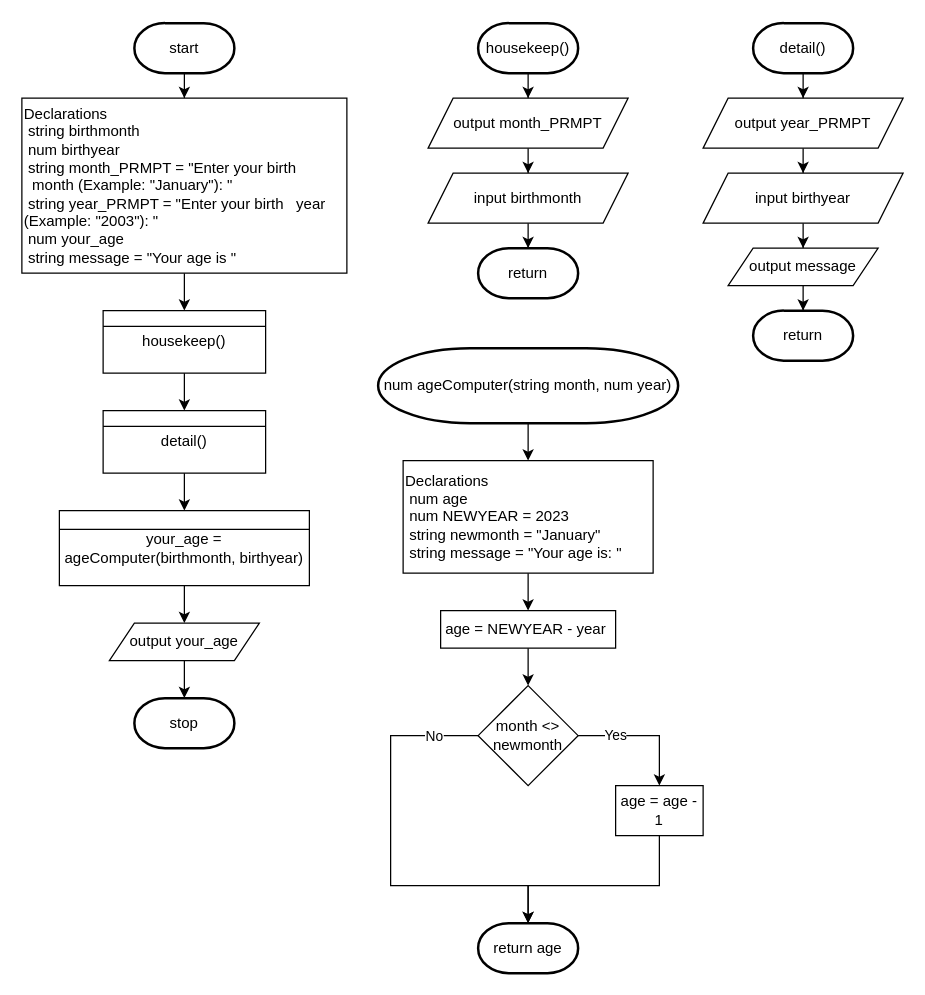
The draw.io diagram test2.drawio in saydough/waterbased, before the edit. Source tidied: cells renumbered, new cells numbered last; positions are measured from the earlier drawing's top-left corner, leaving out a move shared by most shapes. Both pictures are drawn from the tidied source at 125%, with x=0, y=0 at pixel (21, 22).
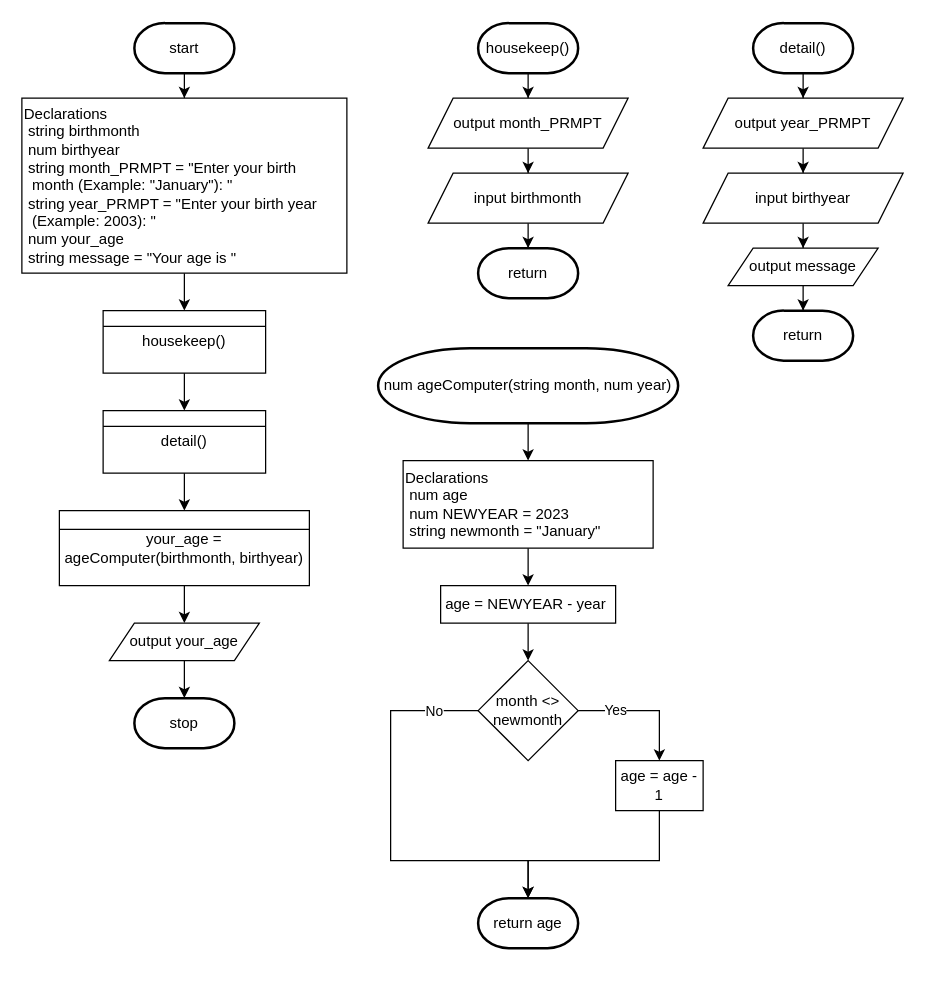
The same page after the edit.

What changed in the source:
```diff
@@
-    <mxCell id="5" value="Declarations&lt;br&gt;&lt;span style=&quot;white-space: pre;&quot;&gt; &lt;/span&gt;string birthmonth&lt;br&gt;&lt;span style=&quot;white-space: pre;&quot;&gt; &lt;/span&gt;num birthyear&lt;br&gt;&lt;span style=&quot;white-space: pre;&quot;&gt; &lt;/span&gt;string month_PRMPT = &quot;Enter your birth &lt;span style=&quot;white-space: pre;&quot;&gt; &lt;/span&gt;&lt;span style=&quot;white-space: pre;&quot;&gt; &lt;/span&gt;month (Example: &quot;January&quot;): &quot;&lt;br&gt;&lt;span style=&quot;white-space: pre;&quot;&gt; &lt;/span&gt;string year_PRMPT = &quot;Enter your birth &lt;span style=&quot;white-space: pre;&quot;&gt; &lt;/span&gt;&lt;span style=&quot;white-space: pre;&quot;&gt; &lt;/span&gt;year (Example: &quot;2003&quot;): &quot;&lt;br&gt;&lt;span style=&quot;white-space: pre;&quot;&gt; &lt;/span&gt;num your_age&lt;br&gt;&lt;span style=&quot;white-space: pre;&quot;&gt; &lt;/span&gt;string message = &quot;Your age is &quot;" style="rounded=0;whiteSpace=wrap;html=1;align=left;" parent="1" vertex="1">
+    <mxCell id="5" value="Declarations&lt;br&gt;&lt;span style=&quot;white-space: pre;&quot;&gt; &lt;/span&gt;string birthmonth&lt;br&gt;&lt;span style=&quot;white-space: pre;&quot;&gt; &lt;/span&gt;num birthyear&lt;br&gt;&lt;span style=&quot;white-space: pre;&quot;&gt; &lt;/span&gt;string month_PRMPT = &quot;Enter your birth &lt;span style=&quot;white-space: pre;&quot;&gt; &lt;/span&gt;&lt;span style=&quot;white-space: pre;&quot;&gt; &lt;/span&gt;month (Example: &quot;January&quot;): &quot;&lt;br&gt;&lt;span style=&quot;white-space: pre;&quot;&gt; &lt;/span&gt;string year_PRMPT = &quot;Enter your birth year &lt;span style=&quot;white-space: pre;&quot;&gt; &lt;/span&gt;&lt;span style=&quot;white-space: pre;&quot;&gt; &lt;/span&gt;(Example: 2003): &quot;&lt;br&gt;&lt;span style=&quot;white-space: pre;&quot;&gt; &lt;/span&gt;num your_age&lt;br&gt;&lt;span style=&quot;white-space: pre;&quot;&gt; &lt;/span&gt;string message = &quot;Your age is &quot;" style="rounded=0;whiteSpace=wrap;html=1;align=left;" parent="1" vertex="1">
       <mxGeometry y="60" width="260" height="140" as="geometry" />
     </mxCell>
@@
-    <mxCell id="32" value="Declarations&lt;br&gt;&lt;span style=&quot;white-space: pre;&quot;&gt; &lt;/span&gt;num age&lt;br&gt;&lt;span style=&quot;white-space: pre;&quot;&gt; &lt;/span&gt;num NEWYEAR = 2023&lt;br&gt;&lt;span style=&quot;white-space: pre;&quot;&gt; &lt;/span&gt;string newmonth = &quot;January&quot;&lt;br&gt;&lt;span style=&quot;white-space: pre;&quot;&gt; &lt;/span&gt;string message = &quot;Your age is: &quot;" style="rounded=0;whiteSpace=wrap;html=1;align=left;" parent="1" vertex="1">
-      <mxGeometry x="305" y="350" width="200" height="90" as="geometry" />
+    <mxCell id="32" value="Declarations&lt;br&gt;&lt;span style=&quot;white-space: pre;&quot;&gt; &lt;/span&gt;num age&lt;br&gt;&lt;span style=&quot;white-space: pre;&quot;&gt; &lt;/span&gt;num NEWYEAR = 2023&lt;br&gt;&lt;span style=&quot;white-space: pre;&quot;&gt; &lt;/span&gt;string newmonth = &quot;January&quot;" style="rounded=0;whiteSpace=wrap;html=1;align=left;" parent="1" vertex="1">
+      <mxGeometry x="305" y="350" width="200" height="70" as="geometry" />
     </mxCell>
@@
     <mxCell id="34" value="age = NEWYEAR - year&amp;nbsp;" style="rounded=0;whiteSpace=wrap;html=1;" parent="1" vertex="1">
-      <mxGeometry x="335" y="470" width="140" height="30" as="geometry" />
+      <mxGeometry x="335" y="450" width="140" height="30" as="geometry" />
     </mxCell>
@@
     <mxCell id="37" style="edgeStyle=orthogonalEdgeStyle;rounded=0;jettySize=auto;html=1;entryX=0.5;entryY=0;entryDx=0;entryDy=0;" parent="1" edge="1" source="39">
       <mxGeometry relative="1" as="geometry">
-        <mxPoint x="405" y="720" as="targetPoint" />
+        <mxPoint x="405" y="700" as="targetPoint" />
         <Array as="points">
-          <mxPoint x="295" y="570" />
-          <mxPoint x="295" y="690" />
-          <mxPoint x="405" y="690" />
+          <mxPoint x="295" y="550" />
+          <mxPoint x="295" y="670" />
+          <mxPoint x="405" y="670" />
         </Array>
       </mxGeometry>
     </mxCell>
@@
     <mxCell id="39" value="month &amp;lt;&amp;gt; newmonth" style="rhombus;whiteSpace=wrap;html=1;" parent="1" vertex="1">
-      <mxGeometry x="365" y="530" width="80" height="80" as="geometry" />
+      <mxGeometry x="365" y="510" width="80" height="80" as="geometry" />
     </mxCell>
     <mxCell id="40" style="edgeStyle=orthogonalEdgeStyle;rounded=0;jettySize=auto;html=1;" parent="1" edge="1" source="41">
       <mxGeometry relative="1" as="geometry">
-        <mxPoint x="405" y="720" as="targetPoint" />
+        <mxPoint x="405" y="700" as="targetPoint" />
         <Array as="points">
-          <mxPoint x="510" y="690" />
-          <mxPoint x="405" y="690" />
+          <mxPoint x="510" y="670" />
+          <mxPoint x="405" y="670" />
         </Array>
       </mxGeometry>
     </mxCell>
     <mxCell id="41" value="age = age - 1" style="rounded=0;whiteSpace=wrap;html=1;" parent="1" vertex="1">
-      <mxGeometry x="475" y="610" width="70" height="40" as="geometry" />
+      <mxGeometry x="475" y="590" width="70" height="40" as="geometry" />
     </mxCell>
@@
     <mxCell id="44" value="return age" style="strokeWidth=2;html=1;shape=mxgraph.flowchart.terminator;whiteSpace=wrap;" parent="1" vertex="1">
-      <mxGeometry x="365" y="720" width="80" height="40" as="geometry" />
+      <mxGeometry x="365" y="700" width="80" height="40" as="geometry" />
     </mxCell>
```
